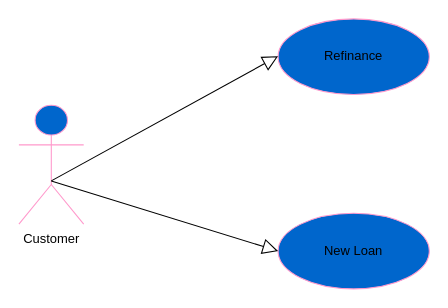
Earlier version of the draw.io diagram page "Use Case" (2 of 3) of Ezy- Document Checklist.drawio (Bobiology/system-designs). Source tidied: cells renumbered, new cells numbered last; positions are measured from the earlier drawing's top-left corner, leaving out a move shared by most shapes. Both pictures are drawn from the tidied source at 108%, with x=0, y=0 at pixel (18, 18).
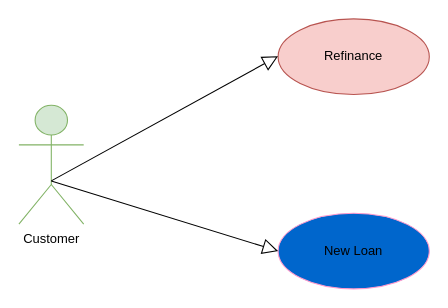
After the change.

What changed in the source:
```diff
@@
 <mxGraphModel>
   <root>
     <mxCell id="0" />
     <mxCell id="1" parent="0" />
-    <mxCell id="2" value="Customer" style="shape=umlActor;verticalLabelPosition=bottom;verticalAlign=top;html=1;strokeColor=#FF99CC;fillColor=#0066CC;" parent="1" vertex="1">
+    <mxCell id="2" value="Customer" style="shape=umlActor;verticalLabelPosition=bottom;verticalAlign=top;html=1;strokeColor=#82b366;fillColor=#d5e8d4;" parent="1" vertex="1">
       <mxGeometry y="80" width="60" height="110" as="geometry" />
     </mxCell>
-    <mxCell id="3" value="Refinance" style="ellipse;whiteSpace=wrap;html=1;strokeColor=#FF99CC;fillColor=#0066CC;" parent="1" vertex="1">
+    <mxCell id="3" value="Refinance" style="ellipse;whiteSpace=wrap;html=1;strokeColor=#b85450;fillColor=#f8cecc;" parent="1" vertex="1">
       <mxGeometry x="240" width="140" height="70" as="geometry" />
     </mxCell>
     <mxCell id="4" value="New Loan" style="ellipse;whiteSpace=wrap;html=1;strokeColor=#FF99CC;fillColor=#0066CC;" parent="1" vertex="1">
       <mxGeometry x="240" y="180" width="140" height="70" as="geometry" />
     </mxCell>
     <mxCell id="5" style="edgeStyle=none;html=1;endArrow=block;endFill=0;endSize=12;verticalAlign=bottom;rounded=0;entryX=0;entryY=0.5;entryDx=0;entryDy=0;" parent="1" edge="1" target="4">
       <mxGeometry relative="1" as="geometry">
         <mxPoint x="30" y="150" as="sourcePoint" />
       </mxGeometry>
     </mxCell>
     <mxCell id="6" style="edgeStyle=none;html=1;endArrow=block;endFill=0;endSize=12;verticalAlign=bottom;rounded=0;" parent="1" edge="1">
       <mxGeometry relative="1" as="geometry">
         <mxPoint x="30" y="150" as="sourcePoint" />
         <mxPoint x="240" y="34.5" as="targetPoint" />
       </mxGeometry>
     </mxCell>
   </root>
 </mxGraphModel>
```
